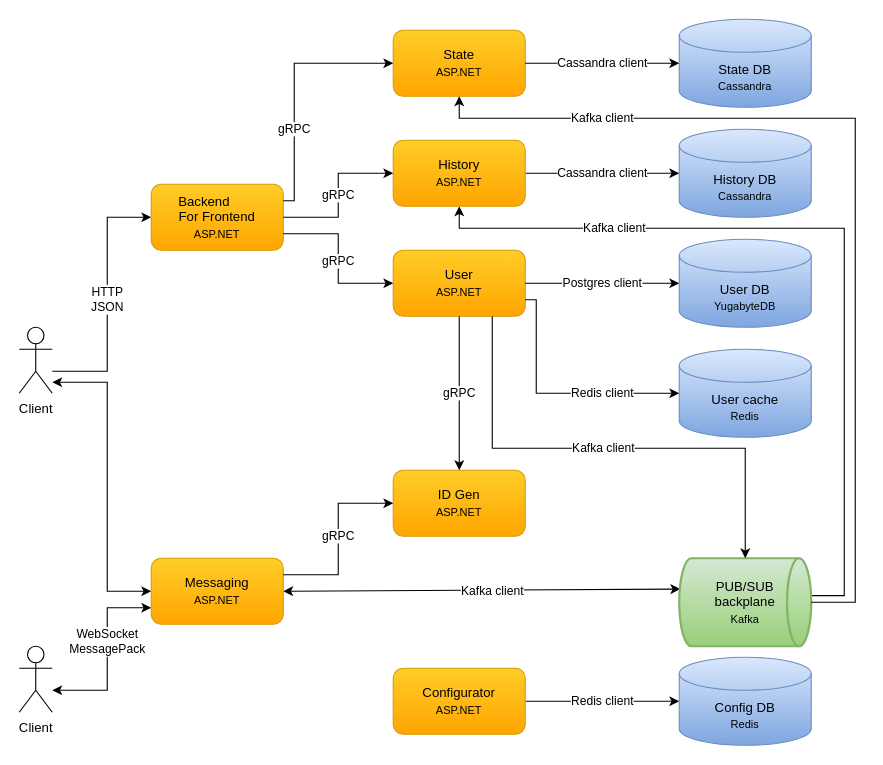
cvetomir-todorov/CecoChat keeps this draw.io diagram as docs/diagrams/cecochat-08-technologies.drawio. Above is the earlier version. Source tidied: cells renumbered, new cells numbered last; positions are measured from the earlier drawing's top-left corner, leaving out a move shared by most shapes. Both pictures are drawn from the tidied source at 110%, with x=0, y=0 at pixel (19, 19).
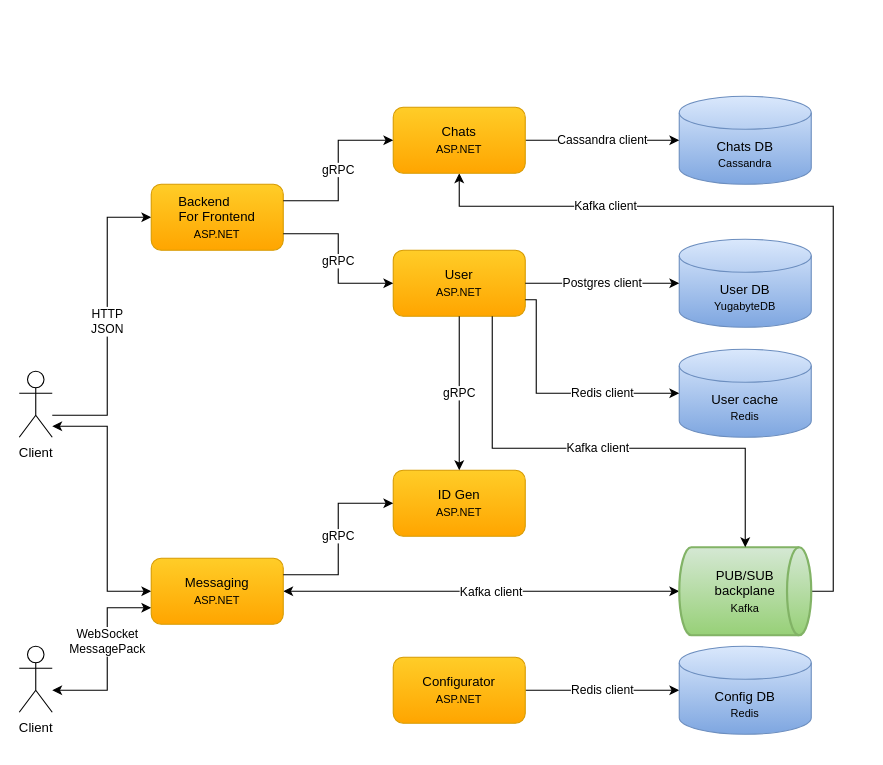
Above is the later version.

Unchanged cells that the change refers to:
```xml
<mxCell id="8" value="Messaging&lt;br style=&quot;border-color: var(--border-color);&quot;&gt;&lt;font style=&quot;border-color: var(--border-color); font-size: 10px;&quot;&gt;ASP.NET&lt;/font&gt;" style="rounded=1;whiteSpace=wrap;html=1;gradientColor=#ffa500;fillColor=#ffcd28;strokeColor=#d79b00;" parent="1" vertex="1">
  <mxGeometry x="120" y="490" width="120" height="60" as="geometry" />
</mxCell>
<mxCell id="19" value="Backend&amp;nbsp; &amp;nbsp; &amp;nbsp; &amp;nbsp;&lt;br style=&quot;border-color: var(--border-color);&quot;&gt;For Frontend&lt;br style=&quot;border-color: var(--border-color);&quot;&gt;&lt;font style=&quot;border-color: var(--border-color); font-size: 10px;&quot;&gt;ASP.NET&lt;/font&gt;" style="rounded=1;whiteSpace=wrap;html=1;gradientColor=#ffa500;fillColor=#ffcd28;strokeColor=#d79b00;" parent="1" vertex="1">
  <mxGeometry x="120" y="150" width="120" height="60" as="geometry" />
</mxCell>
```

Change to the diagram source:
```diff
@@
     <mxCell id="2" style="edgeStyle=orthogonalEdgeStyle;rounded=0;jettySize=auto;html=1;entryX=0;entryY=0.5;entryDx=0;entryDy=0;startArrow=classic;startFill=1;" parent="1" edge="1" source="4" target="8">
       <mxGeometry relative="1" as="geometry">
         <Array as="points">
-          <mxPoint x="80" y="330" />
+          <mxPoint x="80" y="370" />
           <mxPoint x="80" y="520" />
         </Array>
       </mxGeometry>
     </mxCell>
     <mxCell id="3" value="HTTP&lt;br style=&quot;border-color: var(--border-color);&quot;&gt;JSON" style="edgeStyle=orthogonalEdgeStyle;rounded=0;jettySize=auto;html=1;entryX=0;entryY=0.5;entryDx=0;entryDy=0;" parent="1" edge="1" source="4" target="19">
       <mxGeometry relative="1" as="geometry">
         <Array as="points">
-          <mxPoint x="80" y="320" />
+          <mxPoint x="80" y="360" />
           <mxPoint x="80" y="180" />
         </Array>
       </mxGeometry>
     </mxCell>
     <mxCell id="4" value="Client" style="shape=umlActor;verticalLabelPosition=bottom;verticalAlign=top;html=1;outlineConnect=0;" parent="1" vertex="1">
-      <mxGeometry y="280" width="30" height="60" as="geometry" />
+      <mxGeometry y="320" width="30" height="60" as="geometry" />
     </mxCell>
@@
-    <mxCell id="7" value="&lt;span style=&quot;color: rgb(0, 0, 0); font-family: Helvetica; font-size: 11px; font-style: normal; font-variant-ligatures: normal; font-variant-caps: normal; font-weight: 400; letter-spacing: normal; orphans: 2; text-align: center; text-indent: 0px; text-transform: none; widows: 2; word-spacing: 0px; -webkit-text-stroke-width: 0px; background-color: rgb(255, 255, 255); text-decoration-thickness: initial; text-decoration-style: initial; text-decoration-color: initial; float: none; display: inline !important;&quot;&gt;Kafka client&lt;/span&gt;" style="rounded=0;jettySize=auto;html=1;entryX=0.008;entryY=0.35;entryDx=0;entryDy=0;entryPerimeter=0;startArrow=classic;startFill=1;exitX=1;exitY=0.5;exitDx=0;exitDy=0;" parent="1" edge="1" source="8" target="10">
+    <mxCell id="7" value="&lt;span style=&quot;color: rgb(0, 0, 0); font-family: Helvetica; font-size: 11px; font-style: normal; font-variant-ligatures: normal; font-variant-caps: normal; font-weight: 400; letter-spacing: normal; orphans: 2; text-align: center; text-indent: 0px; text-transform: none; widows: 2; word-spacing: 0px; -webkit-text-stroke-width: 0px; background-color: rgb(255, 255, 255); text-decoration-thickness: initial; text-decoration-style: initial; text-decoration-color: initial; float: none; display: inline !important;&quot;&gt;Kafka client&lt;/span&gt;" style="rounded=0;jettySize=auto;html=1;entryX=0;entryY=0.5;entryDx=0;entryDy=0;entryPerimeter=0;startArrow=classic;startFill=1;exitX=1;exitY=0.5;exitDx=0;exitDy=0;" parent="1" edge="1" source="8" target="10">
       <mxGeometry x="0.05" y="-1" relative="1" as="geometry" />
     </mxCell>
@@
-    <mxCell id="9" value="Kafka client" style="edgeStyle=orthogonalEdgeStyle;rounded=0;jettySize=auto;html=1;entryX=0.5;entryY=1;entryDx=0;entryDy=0;" parent="1" edge="1" source="10" target="16">
+    <mxCell id="9" value="Kafka client" style="edgeStyle=orthogonalEdgeStyle;rounded=0;jettySize=auto;html=1;entryX=0.5;entryY=1;entryDx=0;entryDy=0;exitX=1;exitY=0.5;exitDx=0;exitDy=0;exitPerimeter=0;" parent="1" edge="1" source="10" target="16">
       <mxGeometry x="0.56" relative="1" as="geometry">
         <Array as="points">
-          <mxPoint x="750" y="524" />
-          <mxPoint x="750" y="190" />
-          <mxPoint x="400" y="190" />
+          <mxPoint x="740" y="520" />
+          <mxPoint x="740" y="170" />
+          <mxPoint x="400" y="170" />
         </Array>
       </mxGeometry>
     </mxCell>
     <mxCell id="10" value="PUB/SUB&lt;br style=&quot;border-color: var(--border-color);&quot;&gt;backplane&lt;br style=&quot;border-color: var(--border-color);&quot;&gt;&lt;font style=&quot;border-color: var(--border-color); font-size: 10px;&quot;&gt;Kafka&lt;/font&gt;" style="strokeWidth=2;html=1;shape=mxgraph.flowchart.direct_data;whiteSpace=wrap;gradientColor=#97d077;fillColor=#d5e8d4;strokeColor=#82b366;" parent="1" vertex="1">
-      <mxGeometry x="600" y="490" width="120" height="80" as="geometry" />
+      <mxGeometry x="600" y="480" width="120" height="80" as="geometry" />
     </mxCell>
-    <mxCell id="11" value="History DB&lt;br style=&quot;border-color: var(--border-color);&quot;&gt;&lt;font style=&quot;border-color: var(--border-color); font-size: 10px;&quot;&gt;Cassandra&lt;/font&gt;" style="shape=cylinder3;whiteSpace=wrap;html=1;boundedLbl=1;backgroundOutline=1;size=15;gradientColor=#7ea6e0;fillColor=#dae8fc;strokeColor=#6c8ebf;" parent="1" vertex="1">
-      <mxGeometry x="600" y="100" width="120" height="80" as="geometry" />
+    <mxCell id="11" value="Chats DB&lt;br style=&quot;border-color: var(--border-color);&quot;&gt;&lt;font style=&quot;border-color: var(--border-color); font-size: 10px;&quot;&gt;Cassandra&lt;/font&gt;" style="shape=cylinder3;whiteSpace=wrap;html=1;boundedLbl=1;backgroundOutline=1;size=15;gradientColor=#7ea6e0;fillColor=#dae8fc;strokeColor=#6c8ebf;" parent="1" vertex="1">
+      <mxGeometry x="600" y="70" width="120" height="80" as="geometry" />
     </mxCell>
@@
     <mxCell id="14" value="Configurator&lt;br style=&quot;border-color: var(--border-color);&quot;&gt;&lt;font style=&quot;border-color: var(--border-color); font-size: 10px;&quot;&gt;ASP.NET&lt;/font&gt;" style="rounded=1;whiteSpace=wrap;html=1;gradientColor=#ffa500;fillColor=#ffcd28;strokeColor=#d79b00;" parent="1" vertex="1">
-      <mxGeometry x="340" y="590" width="120" height="60" as="geometry" />
+      <mxGeometry x="340" y="580" width="120" height="60" as="geometry" />
     </mxCell>
     <mxCell id="15" value="Config DB&lt;br style=&quot;border-color: var(--border-color);&quot;&gt;&lt;font style=&quot;border-color: var(--border-color); font-size: 10px;&quot;&gt;Redis&lt;/font&gt;" style="shape=cylinder3;whiteSpace=wrap;html=1;boundedLbl=1;backgroundOutline=1;size=15;gradientColor=#7ea6e0;fillColor=#dae8fc;strokeColor=#6c8ebf;" parent="1" vertex="1">
-      <mxGeometry x="600" y="580" width="120" height="80" as="geometry" />
+      <mxGeometry x="600" y="570" width="120" height="80" as="geometry" />
     </mxCell>
-    <mxCell id="16" value="History&lt;br style=&quot;border-color: var(--border-color);&quot;&gt;&lt;font style=&quot;border-color: var(--border-color); font-size: 10px;&quot;&gt;ASP.NET&lt;/font&gt;" style="rounded=1;whiteSpace=wrap;html=1;gradientColor=#ffa500;fillColor=#ffcd28;strokeColor=#d79b00;" parent="1" vertex="1">
-      <mxGeometry x="340" y="110" width="120" height="60" as="geometry" />
+    <mxCell id="16" value="Chats&lt;br style=&quot;border-color: var(--border-color);&quot;&gt;&lt;font style=&quot;border-color: var(--border-color); font-size: 10px;&quot;&gt;ASP.NET&lt;/font&gt;" style="rounded=1;whiteSpace=wrap;html=1;gradientColor=#ffa500;fillColor=#ffcd28;strokeColor=#d79b00;" parent="1" vertex="1">
+      <mxGeometry x="340" y="80" width="120" height="60" as="geometry" />
     </mxCell>
@@
-    <mxCell id="20" value="State DB&lt;br style=&quot;border-color: var(--border-color);&quot;&gt;&lt;font style=&quot;border-color: var(--border-color); font-size: 10px;&quot;&gt;Cassandra&lt;/font&gt;" style="shape=cylinder3;whiteSpace=wrap;html=1;boundedLbl=1;backgroundOutline=1;size=15;gradientColor=#7ea6e0;fillColor=#dae8fc;strokeColor=#6c8ebf;" parent="1" vertex="1">
-      <mxGeometry x="600" width="120" height="80" as="geometry" />
-    </mxCell>
-    <mxCell id="21" value="State&lt;br style=&quot;border-color: var(--border-color);&quot;&gt;&lt;font style=&quot;border-color: var(--border-color); font-size: 10px;&quot;&gt;ASP.NET&lt;/font&gt;" style="rounded=1;whiteSpace=wrap;html=1;gradientColor=#ffa500;fillColor=#ffcd28;strokeColor=#d79b00;" parent="1" vertex="1">
-      <mxGeometry x="340" y="10" width="120" height="60" as="geometry" />
-    </mxCell>
-    <mxCell id="22" value="Kafka client" style="edgeStyle=orthogonalEdgeStyle;rounded=0;jettySize=auto;html=1;entryX=0.5;entryY=1;entryDx=0;entryDy=0;exitX=1;exitY=0.5;exitDx=0;exitDy=0;exitPerimeter=0;" parent="1" edge="1" source="10" target="21">
-      <mxGeometry x="0.65" relative="1" as="geometry">
-        <Array as="points">
-          <mxPoint x="760" y="530" />
-          <mxPoint x="760" y="90" />
-          <mxPoint x="400" y="90" />
-        </Array>
-      </mxGeometry>
-    </mxCell>
-    <mxCell id="23" value="&lt;span style=&quot;color: rgb(0, 0, 0); font-family: Helvetica; font-size: 11px; font-style: normal; font-variant-ligatures: normal; font-variant-caps: normal; font-weight: 400; letter-spacing: normal; orphans: 2; text-align: center; text-indent: 0px; text-transform: none; widows: 2; word-spacing: 0px; -webkit-text-stroke-width: 0px; background-color: rgb(255, 255, 255); text-decoration-thickness: initial; text-decoration-style: initial; text-decoration-color: initial; float: none; display: inline !important;&quot;&gt;Cassandra client&lt;/span&gt;" style="rounded=0;jettySize=auto;html=1;entryX=0;entryY=0.5;entryDx=0;entryDy=0;entryPerimeter=0;startArrow=none;startFill=0;exitX=1;exitY=0.5;exitDx=0;exitDy=0;" parent="1" edge="1" source="21" target="20">
-      <mxGeometry relative="1" as="geometry" />
-    </mxCell>
-    <mxCell id="24" value="gRPC" style="endArrow=classic;html=1;exitX=1;exitY=0.5;exitDx=0;exitDy=0;entryX=0;entryY=0.5;entryDx=0;entryDy=0;rounded=0;edgeStyle=orthogonalEdgeStyle;" parent="1" edge="1" source="19" target="16">
-      <mxGeometry relative="1" as="geometry" />
+    <mxCell id="24" value="gRPC" style="endArrow=classic;html=1;exitX=1;exitY=0.25;exitDx=0;exitDy=0;entryX=0;entryY=0.5;entryDx=0;entryDy=0;rounded=0;edgeStyle=orthogonalEdgeStyle;" parent="1" edge="1" source="19" target="16">
+      <mxGeometry relative="1" as="geometry">
+        <Array as="points">
+          <mxPoint x="290" y="165" />
+          <mxPoint x="290" y="110" />
+        </Array>
+      </mxGeometry>
     </mxCell>
-    <mxCell id="25" value="gRPC" style="endArrow=classic;html=1;entryX=0;entryY=0.5;entryDx=0;entryDy=0;exitX=1;exitY=0.25;exitDx=0;exitDy=0;edgeStyle=orthogonalEdgeStyle;rounded=0;" parent="1" edge="1" source="19" target="21">
-      <mxGeometry x="-0.33" relative="1" as="geometry">
-        <Array as="points">
-          <mxPoint x="250" y="165" />
-          <mxPoint x="250" y="40" />
-        </Array>
-      </mxGeometry>
-    </mxCell>
```
